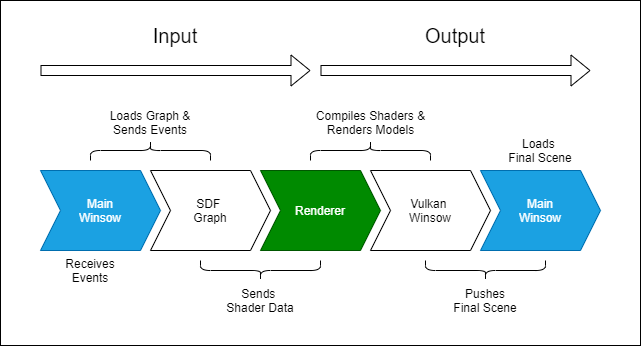
This is docs/design/abstract-control-flow.png from hiradyazdan/sdf-ray4d-engine, a draw.io export, as it was before one commit. Source tidied: cells renumbered, new cells last; positions are measured from the earlier drawing's top-left corner, leaving out a move shared by most shapes. Its diagram source:
```xml
<mxGraphModel>
  <root>
    <mxCell id="0" />
    <mxCell id="1" parent="0" />
    <mxCell id="2" style="rounded=0;whiteSpace=wrap;html=1;" parent="1" vertex="1">
      <mxGeometry width="640" height="345" as="geometry" />
    </mxCell>
    <mxCell id="3" value="Renderer" style="shape=step;perimeter=stepPerimeter;whiteSpace=wrap;html=1;fixedSize=1;fillColor=#008a00;strokeColor=#005700;fontColor=#ffffff;" parent="1" vertex="1">
      <mxGeometry x="260" y="170" width="120" height="80" as="geometry" />
    </mxCell>
    <mxCell id="4" value="SDF &lt;br&gt;Graph" style="shape=step;perimeter=stepPerimeter;whiteSpace=wrap;html=1;fixedSize=1;" parent="1" vertex="1">
      <mxGeometry x="150" y="170" width="120" height="80" as="geometry" />
    </mxCell>
    <mxCell id="5" value="Vulkan &lt;br&gt;Winsow" style="shape=step;perimeter=stepPerimeter;whiteSpace=wrap;html=1;fixedSize=1;" parent="1" vertex="1">
      <mxGeometry x="370" y="170" width="120" height="80" as="geometry" />
    </mxCell>
    <mxCell id="6" value="Main&lt;br&gt;Winsow" style="shape=step;perimeter=stepPerimeter;whiteSpace=wrap;html=1;fixedSize=1;fillColor=#1ba1e2;strokeColor=#006EAF;fontColor=#ffffff;" parent="1" vertex="1">
      <mxGeometry x="480" y="170" width="120" height="80" as="geometry" />
    </mxCell>
    <mxCell id="7" value="Main&lt;br&gt;Winsow" style="shape=step;perimeter=stepPerimeter;whiteSpace=wrap;html=1;fixedSize=1;fillColor=#1ba1e2;strokeColor=#006EAF;fontColor=#ffffff;" parent="1" vertex="1">
      <mxGeometry x="40" y="170" width="120" height="80" as="geometry" />
    </mxCell>
    <mxCell id="8" style="shape=curlyBracket;whiteSpace=wrap;html=1;rounded=1;flipH=1;rotation=-90;" parent="1" vertex="1">
      <mxGeometry x="140" y="90" width="20" height="120" as="geometry" />
    </mxCell>
    <mxCell id="9" value="Loads Graph &amp;amp; Sends Events" style="text;html=1;strokeColor=none;fillColor=none;align=center;verticalAlign=middle;whiteSpace=wrap;rounded=0;" parent="1" vertex="1">
      <mxGeometry x="105" y="110" width="90" height="24" as="geometry" />
    </mxCell>
    <mxCell id="10" style="shape=curlyBracket;whiteSpace=wrap;html=1;rounded=1;flipH=1;rotation=-270;" parent="1" vertex="1">
      <mxGeometry x="250" y="210" width="20" height="120" as="geometry" />
    </mxCell>
    <mxCell id="11" value="Sends &lt;br&gt;Shader Data" style="text;html=1;strokeColor=none;fillColor=none;align=center;verticalAlign=middle;whiteSpace=wrap;rounded=0;rotation=0;" parent="1" vertex="1">
      <mxGeometry x="225" y="290" width="70" height="20" as="geometry" />
    </mxCell>
    <mxCell id="12" style="shape=curlyBracket;whiteSpace=wrap;html=1;rounded=1;flipH=1;rotation=-90;" parent="1" vertex="1">
      <mxGeometry x="360" y="90" width="20" height="120" as="geometry" />
    </mxCell>
    <mxCell id="13" value="Compiles Shaders &amp;amp; Renders Models" style="text;html=1;strokeColor=none;fillColor=none;align=center;verticalAlign=middle;whiteSpace=wrap;rounded=0;" parent="1" vertex="1">
      <mxGeometry x="312.5" y="105" width="115" height="34" as="geometry" />
    </mxCell>
    <mxCell id="14" style="shape=curlyBracket;whiteSpace=wrap;html=1;rounded=1;flipH=1;rotation=-270;" parent="1" vertex="1">
      <mxGeometry x="475" y="210" width="20" height="120" as="geometry" />
    </mxCell>
    <mxCell id="15" value="Pushes Final Scene" style="text;html=1;strokeColor=none;fillColor=none;align=center;verticalAlign=middle;whiteSpace=wrap;rounded=0;rotation=0;" parent="1" vertex="1">
      <mxGeometry x="450" y="290" width="70" height="20" as="geometry" />
    </mxCell>
    <mxCell id="16" style="shape=flexArrow;endArrow=classic;html=1;" parent="1" edge="1">
      <mxGeometry relative="1" as="geometry">
        <mxPoint x="40" y="70" as="sourcePoint" />
        <mxPoint x="310" y="70" as="targetPoint" />
      </mxGeometry>
    </mxCell>
    <mxCell id="17" style="shape=flexArrow;endArrow=classic;html=1;" parent="1" edge="1">
      <mxGeometry relative="1" as="geometry">
        <mxPoint x="320" y="70" as="sourcePoint" />
        <mxPoint x="590" y="70" as="targetPoint" />
      </mxGeometry>
    </mxCell>
    <mxCell id="18" value="Input" style="text;html=1;strokeColor=none;fillColor=none;align=center;verticalAlign=middle;whiteSpace=wrap;rounded=0;fontSize=20;" parent="1" vertex="1">
      <mxGeometry x="150" y="20" width="50" height="30" as="geometry" />
    </mxCell>
    <mxCell id="19" value="Output" style="text;html=1;strokeColor=none;fillColor=none;align=center;verticalAlign=middle;whiteSpace=wrap;rounded=0;fontSize=20;" parent="1" vertex="1">
      <mxGeometry x="420" y="20" width="70" height="30" as="geometry" />
    </mxCell>
    <mxCell id="20" value="Receives Events" style="text;html=1;strokeColor=none;fillColor=none;align=center;verticalAlign=middle;whiteSpace=wrap;rounded=0;" parent="1" vertex="1">
      <mxGeometry x="70" y="260" width="40" height="20" as="geometry" />
    </mxCell>
    <mxCell id="21" value="Loads &lt;br&gt;Final Scene" style="text;html=1;strokeColor=none;fillColor=none;align=center;verticalAlign=middle;whiteSpace=wrap;rounded=0;" parent="1" vertex="1">
      <mxGeometry x="505" y="140" width="70" height="20" as="geometry" />
    </mxCell>
  </root>
</mxGraphModel>
```
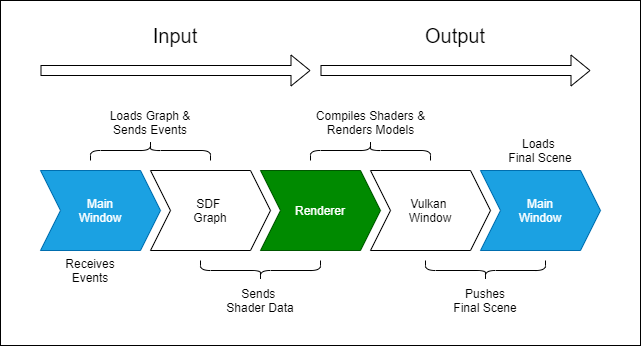
After the commit.

The edit, as a diff of the source:
```diff
@@ -11,13 +11,13 @@
     <mxCell id="4" value="SDF &lt;br&gt;Graph" style="shape=step;perimeter=stepPerimeter;whiteSpace=wrap;html=1;fixedSize=1;" parent="1" vertex="1">
       <mxGeometry x="150" y="170" width="120" height="80" as="geometry" />
     </mxCell>
-    <mxCell id="5" value="Vulkan &lt;br&gt;Winsow" style="shape=step;perimeter=stepPerimeter;whiteSpace=wrap;html=1;fixedSize=1;" parent="1" vertex="1">
+    <mxCell id="5" value="Vulkan &lt;br&gt;Window" style="shape=step;perimeter=stepPerimeter;whiteSpace=wrap;html=1;fixedSize=1;" parent="1" vertex="1">
       <mxGeometry x="370" y="170" width="120" height="80" as="geometry" />
     </mxCell>
-    <mxCell id="6" value="Main&lt;br&gt;Winsow" style="shape=step;perimeter=stepPerimeter;whiteSpace=wrap;html=1;fixedSize=1;fillColor=#1ba1e2;strokeColor=#006EAF;fontColor=#ffffff;" parent="1" vertex="1">
+    <mxCell id="6" value="Main&lt;br&gt;Window" style="shape=step;perimeter=stepPerimeter;whiteSpace=wrap;html=1;fixedSize=1;fillColor=#1ba1e2;strokeColor=#006EAF;fontColor=#ffffff;" parent="1" vertex="1">
       <mxGeometry x="480" y="170" width="120" height="80" as="geometry" />
     </mxCell>
-    <mxCell id="7" value="Main&lt;br&gt;Winsow" style="shape=step;perimeter=stepPerimeter;whiteSpace=wrap;html=1;fixedSize=1;fillColor=#1ba1e2;strokeColor=#006EAF;fontColor=#ffffff;" parent="1" vertex="1">
+    <mxCell id="7" value="Main&lt;br&gt;Window" style="shape=step;perimeter=stepPerimeter;whiteSpace=wrap;html=1;fixedSize=1;fillColor=#1ba1e2;strokeColor=#006EAF;fontColor=#ffffff;" parent="1" vertex="1">
       <mxGeometry x="40" y="170" width="120" height="80" as="geometry" />
     </mxCell>
     <mxCell id="8" style="shape=curlyBracket;whiteSpace=wrap;html=1;rounded=1;flipH=1;rotation=-90;" parent="1" vertex="1">
```
